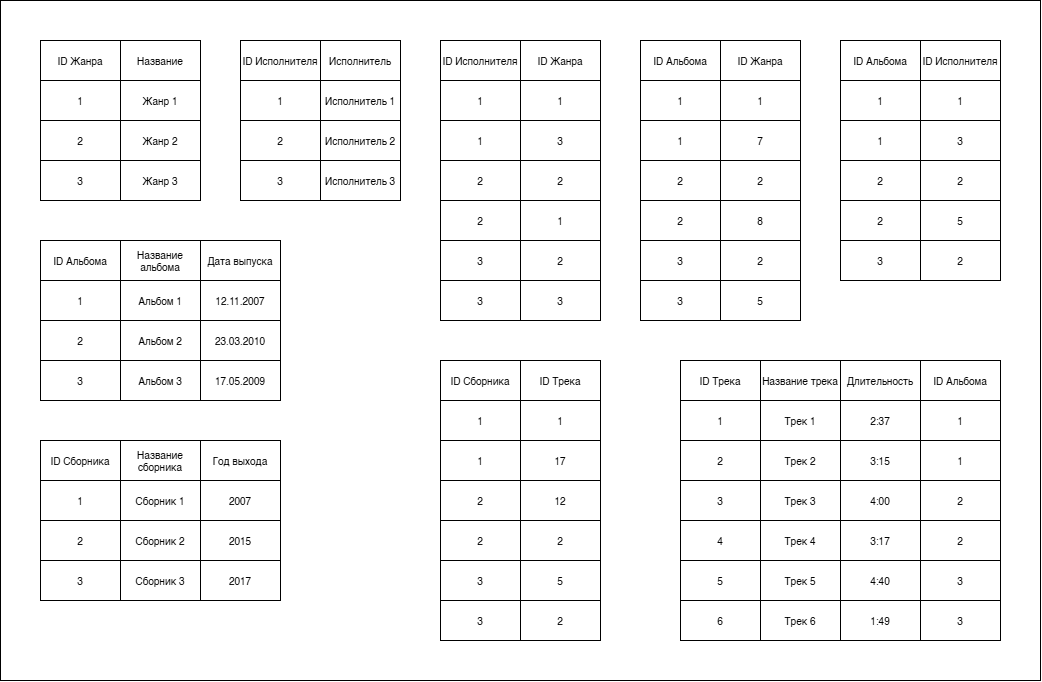
Before: Task 2/Task 1.png, a diagram exported from draw.io (AlexanderZmeykin/Working-with-database). Source tidied: cells renumbered, new cells last; positions are measured from the earlier drawing's top-left corner, leaving out a move shared by most shapes.
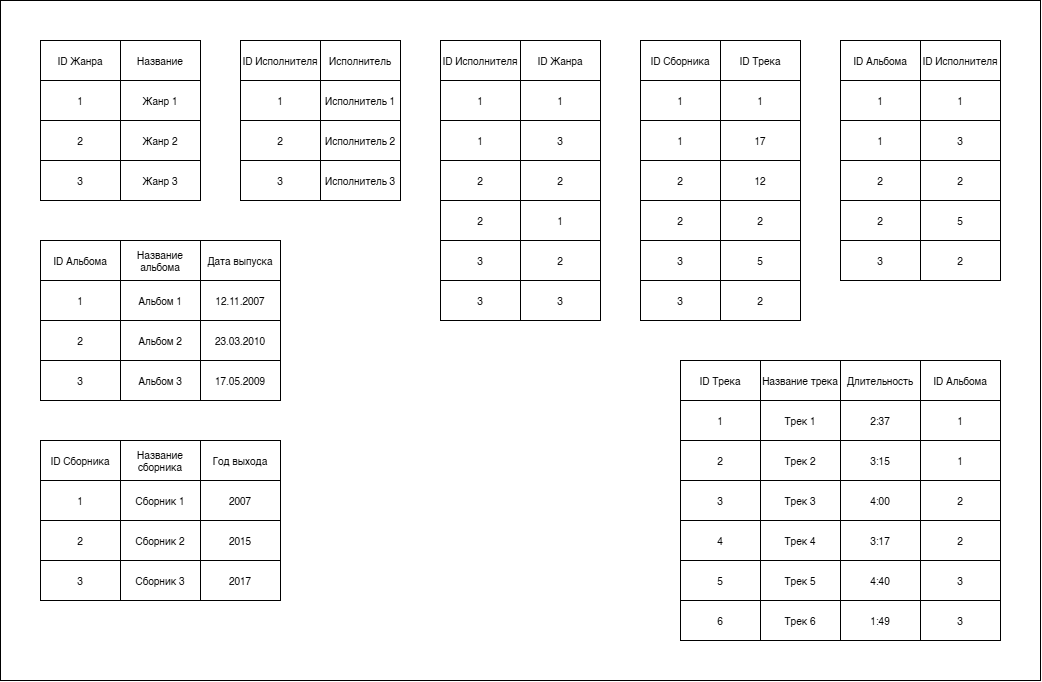
Above is the later version.

Diff of the diagram source:
```diff
@@ -200,72 +200,6 @@
     <mxCell id="67" value="17.05.2009" style="strokeColor=inherit;fillColor=none;align=center;whiteSpace=wrap;html=1;fontSize=10;" parent="64" vertex="1">
       <mxGeometry x="160" width="80" height="40" as="geometry" />
     </mxCell>
-    <mxCell id="68" style="shadow=0;fillColor=none;fontSize=10;" parent="1" vertex="1">
-      <mxGeometry x="640" y="40" width="160" height="280" as="geometry" />
-    </mxCell>
-    <mxCell id="69" style="shape=tableRow;horizontal=0;startSize=0;swimlaneHead=0;swimlaneBody=0;top=0;left=0;bottom=0;right=0;fontStyle=0;fillColor=none;strokeColor=inherit;fontSize=10;" parent="68" vertex="1">
-      <mxGeometry width="160" height="40" as="geometry" />
-    </mxCell>
-    <mxCell id="70" value="ID Альбома" style="strokeColor=inherit;fillColor=none;align=center;whiteSpace=wrap;html=1;fontSize=10;" parent="69" vertex="1">
-      <mxGeometry width="80" height="40" as="geometry" />
-    </mxCell>
-    <mxCell id="71" value="ID Жанра" style="strokeColor=inherit;fillColor=none;align=center;whiteSpace=wrap;html=1;fontSize=10;" parent="69" vertex="1">
-      <mxGeometry x="80" width="80" height="40" as="geometry" />
-    </mxCell>
-    <mxCell id="72" style="shape=tableRow;horizontal=0;startSize=0;swimlaneHead=0;swimlaneBody=0;top=0;left=0;bottom=0;right=0;fontStyle=0;fillColor=none;strokeColor=inherit;fontSize=10;" parent="68" vertex="1">
-      <mxGeometry y="40" width="160" height="40" as="geometry" />
-    </mxCell>
-    <mxCell id="73" value="1" style="strokeColor=inherit;fillColor=none;align=center;whiteSpace=wrap;html=1;fontSize=10;" parent="72" vertex="1">
-      <mxGeometry width="80" height="40" as="geometry" />
-    </mxCell>
-    <mxCell id="74" value="1" style="strokeColor=inherit;fillColor=none;align=center;whiteSpace=wrap;html=1;fontSize=10;" parent="72" vertex="1">
-      <mxGeometry x="80" width="80" height="40" as="geometry" />
-    </mxCell>
-    <mxCell id="75" style="shape=tableRow;horizontal=0;startSize=0;swimlaneHead=0;swimlaneBody=0;top=0;left=0;bottom=0;right=0;fontStyle=0;fillColor=none;strokeColor=inherit;fontSize=10;" parent="68" vertex="1">
-      <mxGeometry y="80" width="160" height="40" as="geometry" />
-    </mxCell>
-    <mxCell id="76" value="1" style="strokeColor=inherit;fillColor=none;align=center;whiteSpace=wrap;html=1;fontSize=10;" parent="75" vertex="1">
-      <mxGeometry width="80" height="40" as="geometry" />
-    </mxCell>
-    <mxCell id="77" value="7" style="strokeColor=inherit;fillColor=none;align=center;whiteSpace=wrap;html=1;fontSize=10;" parent="75" vertex="1">
-      <mxGeometry x="80" width="80" height="40" as="geometry" />
-    </mxCell>
-    <mxCell id="78" style="shape=tableRow;horizontal=0;startSize=0;swimlaneHead=0;swimlaneBody=0;top=0;left=0;bottom=0;right=0;fontStyle=0;fillColor=none;strokeColor=inherit;fontSize=10;" parent="68" vertex="1">
-      <mxGeometry y="120" width="160" height="40" as="geometry" />
-    </mxCell>
-    <mxCell id="79" value="2" style="strokeColor=inherit;fillColor=none;align=center;whiteSpace=wrap;html=1;fontSize=10;" parent="78" vertex="1">
-      <mxGeometry width="80" height="40" as="geometry" />
-    </mxCell>
-    <mxCell id="80" value="2" style="strokeColor=inherit;fillColor=none;align=center;whiteSpace=wrap;html=1;fontSize=10;" parent="78" vertex="1">
-      <mxGeometry x="80" width="80" height="40" as="geometry" />
-    </mxCell>
-    <mxCell id="81" style="shape=tableRow;horizontal=0;startSize=0;swimlaneHead=0;swimlaneBody=0;top=0;left=0;bottom=0;right=0;fontStyle=0;fillColor=none;strokeColor=inherit;fontSize=10;" parent="68" vertex="1">
-      <mxGeometry y="160" width="160" height="40" as="geometry" />
-    </mxCell>
-    <mxCell id="82" value="2" style="strokeColor=inherit;fillColor=none;align=center;whiteSpace=wrap;html=1;fontSize=10;" parent="81" vertex="1">
-      <mxGeometry width="80" height="40" as="geometry" />
-    </mxCell>
-    <mxCell id="83" value="8" style="strokeColor=inherit;fillColor=none;align=center;whiteSpace=wrap;html=1;fontSize=10;" parent="81" vertex="1">
-      <mxGeometry x="80" width="80" height="40" as="geometry" />
-    </mxCell>
-    <mxCell id="84" style="shape=tableRow;horizontal=0;startSize=0;swimlaneHead=0;swimlaneBody=0;top=0;left=0;bottom=0;right=0;fontStyle=0;fillColor=none;strokeColor=inherit;fontSize=10;" parent="68" vertex="1">
-      <mxGeometry y="200" width="160" height="40" as="geometry" />
-    </mxCell>
-    <mxCell id="85" value="3" style="strokeColor=inherit;fillColor=none;align=center;whiteSpace=wrap;html=1;fontSize=10;" parent="84" vertex="1">
-      <mxGeometry width="80" height="40" as="geometry" />
-    </mxCell>
-    <mxCell id="86" value="2" style="strokeColor=inherit;fillColor=none;align=center;whiteSpace=wrap;html=1;fontSize=10;" parent="84" vertex="1">
-      <mxGeometry x="80" width="80" height="40" as="geometry" />
-    </mxCell>
-    <mxCell id="87" style="shape=tableRow;horizontal=0;startSize=0;swimlaneHead=0;swimlaneBody=0;top=0;left=0;bottom=0;right=0;fontStyle=0;fillColor=none;strokeColor=inherit;fontSize=10;" parent="68" vertex="1">
-      <mxGeometry y="240" width="160" height="40" as="geometry" />
-    </mxCell>
-    <mxCell id="88" value="3" style="strokeColor=inherit;fillColor=none;align=center;whiteSpace=wrap;html=1;fontSize=10;" parent="87" vertex="1">
-      <mxGeometry width="80" height="40" as="geometry" />
-    </mxCell>
-    <mxCell id="89" value="5" style="strokeColor=inherit;fillColor=none;align=center;whiteSpace=wrap;html=1;fontSize=10;" parent="87" vertex="1">
-      <mxGeometry x="80" width="80" height="40" as="geometry" />
-    </mxCell>
     <mxCell id="90" style="shadow=0;fillColor=none;fontSize=10;" parent="1" vertex="1">
       <mxGeometry x="680" y="360" width="320" height="280" as="geometry" />
     </mxCell>
@@ -483,7 +417,7 @@
       <mxGeometry x="160" width="80" height="40" as="geometry" />
     </mxCell>
     <mxCell id="162" style="shadow=0;fillColor=none;fontSize=10;" parent="1" vertex="1">
-      <mxGeometry x="440" y="360" width="160" height="280" as="geometry" />
+      <mxGeometry x="640" y="40" width="160" height="280" as="geometry" />
     </mxCell>
     <mxCell id="163" style="shape=tableRow;horizontal=0;startSize=0;swimlaneHead=0;swimlaneBody=0;top=0;left=0;bottom=0;right=0;fontStyle=0;fillColor=none;strokeColor=inherit;fontSize=10;" parent="162" vertex="1">
       <mxGeometry width="160" height="40" as="geometry" />
```
